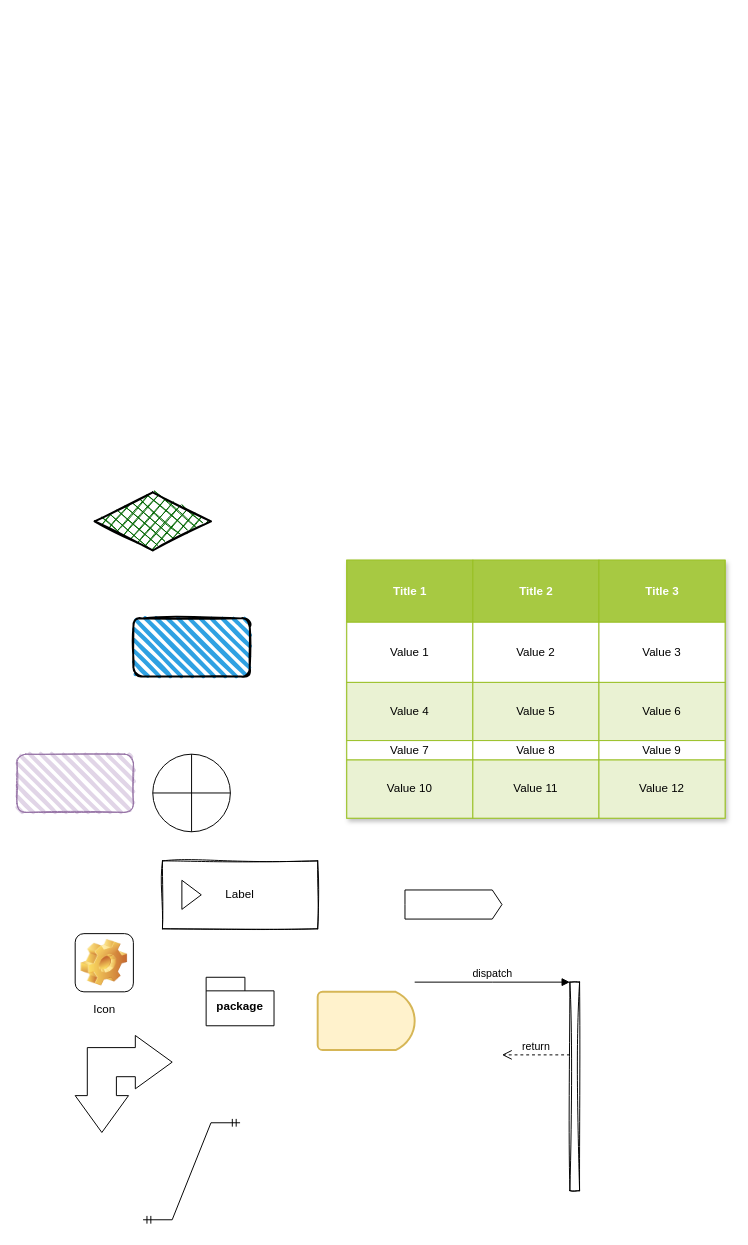
Before: docs/未命名绘图.drawio in turda/CS-Notes, a draw.io diagram. Source tidied: cells renumbered, new cells numbered last; positions are measured from the earlier drawing's top-left corner, leaving out a move shared by most shapes. Both pictures are drawn from the tidied source at 97%, with x=0, y=0 at pixel (16, 492).
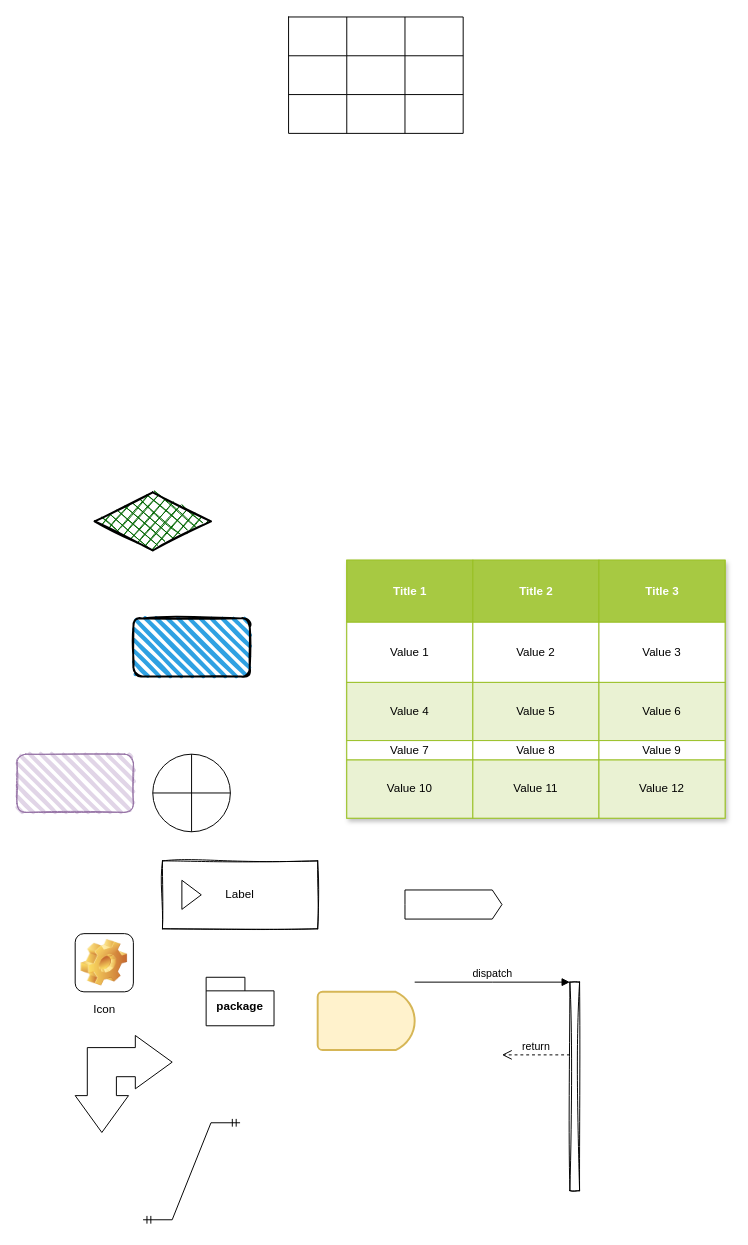
After the change.

Commit message:
更新未命名绘图.drawio

Change to the diagram source:
```diff
@@
+    <mxCell id="38" style="shape=table;startSize=0;childLayout=tableLayout;fontSize=16;" parent="1" vertex="1">
+      <mxGeometry x="280" y="-490" width="180" height="120" as="geometry" />
+    </mxCell>
+    <mxCell id="39" style="shape=tableRow;horizontal=0;startSize=0;swimlaneHead=0;swimlaneBody=0;strokeColor=inherit;top=0;left=0;bottom=0;right=0;fillColor=none;fontSize=16;" parent="38" vertex="1">
+      <mxGeometry width="180" height="40" as="geometry" />
+    </mxCell>
+    <mxCell id="40" style="shape=partialRectangle;html=1;whiteSpace=wrap;strokeColor=inherit;overflow=hidden;fillColor=none;top=0;left=0;bottom=0;right=0;fontSize=16;" parent="39" vertex="1">
+      <mxGeometry width="60" height="40" as="geometry" />
+    </mxCell>
+    <mxCell id="41" style="shape=partialRectangle;html=1;whiteSpace=wrap;strokeColor=inherit;overflow=hidden;fillColor=none;top=0;left=0;bottom=0;right=0;fontSize=16;" parent="39" vertex="1">
+      <mxGeometry x="60" width="60" height="40" as="geometry" />
+    </mxCell>
+    <mxCell id="42" style="shape=partialRectangle;html=1;whiteSpace=wrap;strokeColor=inherit;overflow=hidden;fillColor=none;top=0;left=0;bottom=0;right=0;fontSize=16;" parent="39" vertex="1">
+      <mxGeometry x="120" width="60" height="40" as="geometry" />
+    </mxCell>
+    <mxCell id="43" style="shape=tableRow;horizontal=0;startSize=0;swimlaneHead=0;swimlaneBody=0;strokeColor=inherit;top=0;left=0;bottom=0;right=0;fillColor=none;fontSize=16;" parent="38" vertex="1">
+      <mxGeometry y="40" width="180" height="40" as="geometry" />
+    </mxCell>
+    <mxCell id="44" style="shape=partialRectangle;html=1;whiteSpace=wrap;strokeColor=inherit;overflow=hidden;fillColor=none;top=0;left=0;bottom=0;right=0;fontSize=16;" parent="43" vertex="1">
+      <mxGeometry width="60" height="40" as="geometry" />
+    </mxCell>
+    <mxCell id="45" style="shape=partialRectangle;html=1;whiteSpace=wrap;strokeColor=inherit;overflow=hidden;fillColor=none;top=0;left=0;bottom=0;right=0;fontSize=16;" parent="43" vertex="1">
+      <mxGeometry x="60" width="60" height="40" as="geometry" />
+    </mxCell>
+    <mxCell id="46" style="shape=partialRectangle;html=1;whiteSpace=wrap;strokeColor=inherit;overflow=hidden;fillColor=none;top=0;left=0;bottom=0;right=0;fontSize=16;" parent="43" vertex="1">
+      <mxGeometry x="120" width="60" height="40" as="geometry" />
+    </mxCell>
+    <mxCell id="47" style="shape=tableRow;horizontal=0;startSize=0;swimlaneHead=0;swimlaneBody=0;strokeColor=inherit;top=0;left=0;bottom=0;right=0;fillColor=none;fontSize=16;" parent="38" vertex="1">
+      <mxGeometry y="80" width="180" height="40" as="geometry" />
+    </mxCell>
+    <mxCell id="48" style="shape=partialRectangle;html=1;whiteSpace=wrap;strokeColor=inherit;overflow=hidden;fillColor=none;top=0;left=0;bottom=0;right=0;fontSize=16;" parent="47" vertex="1">
+      <mxGeometry width="60" height="40" as="geometry" />
+    </mxCell>
+    <mxCell id="49" style="shape=partialRectangle;html=1;whiteSpace=wrap;strokeColor=inherit;overflow=hidden;fillColor=none;top=0;left=0;bottom=0;right=0;fontSize=16;" parent="47" vertex="1">
+      <mxGeometry x="60" width="60" height="40" as="geometry" />
+    </mxCell>
+    <mxCell id="50" style="shape=partialRectangle;html=1;whiteSpace=wrap;strokeColor=inherit;overflow=hidden;fillColor=none;top=0;left=0;bottom=0;right=0;fontSize=16;" parent="47" vertex="1">
+      <mxGeometry x="120" width="60" height="40" as="geometry" />
+    </mxCell>
```
